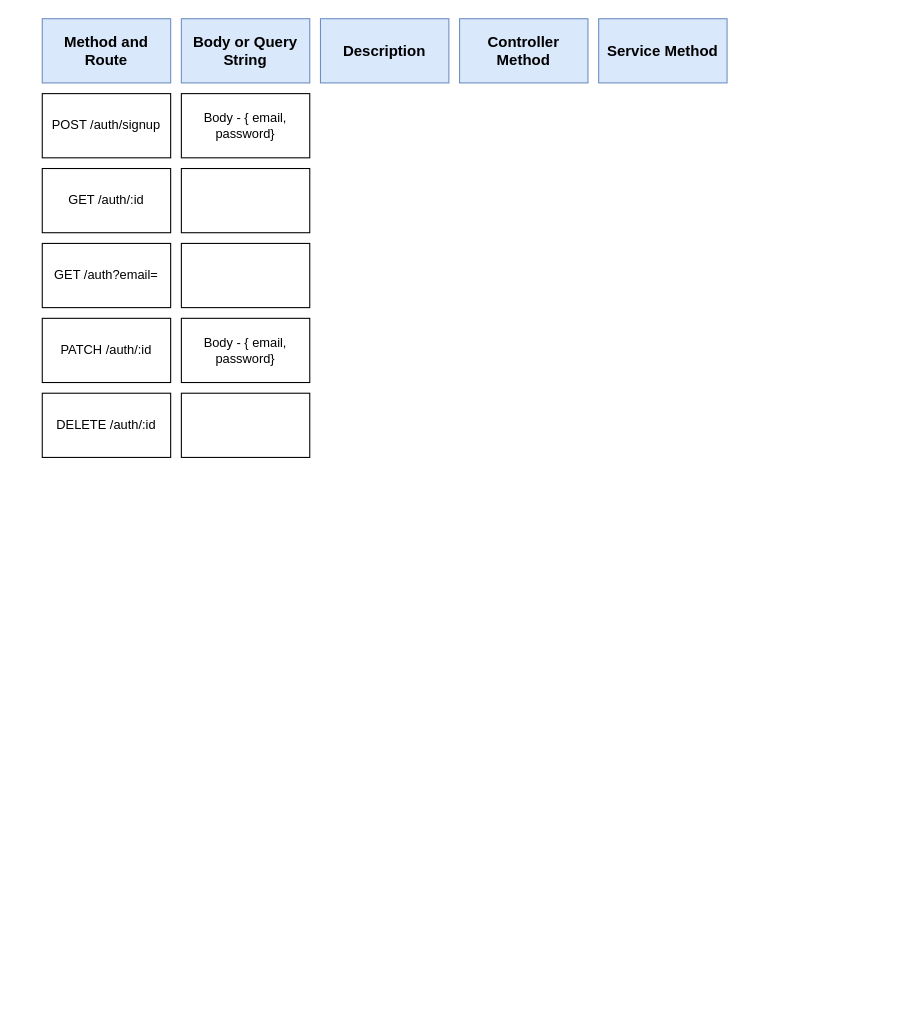
Above: 제목 없는 다이어그램.drawio in jivebreaddev/used_car_nest_rest_api (draw.io), before the change. Source tidied: cells renumbered, new cells numbered last; positions are measured from the earlier drawing's top-left corner, leaving out a move shared by most shapes. Both pictures are drawn from the tidied source at 107%, with x=0, y=0 at pixel (42, 18).
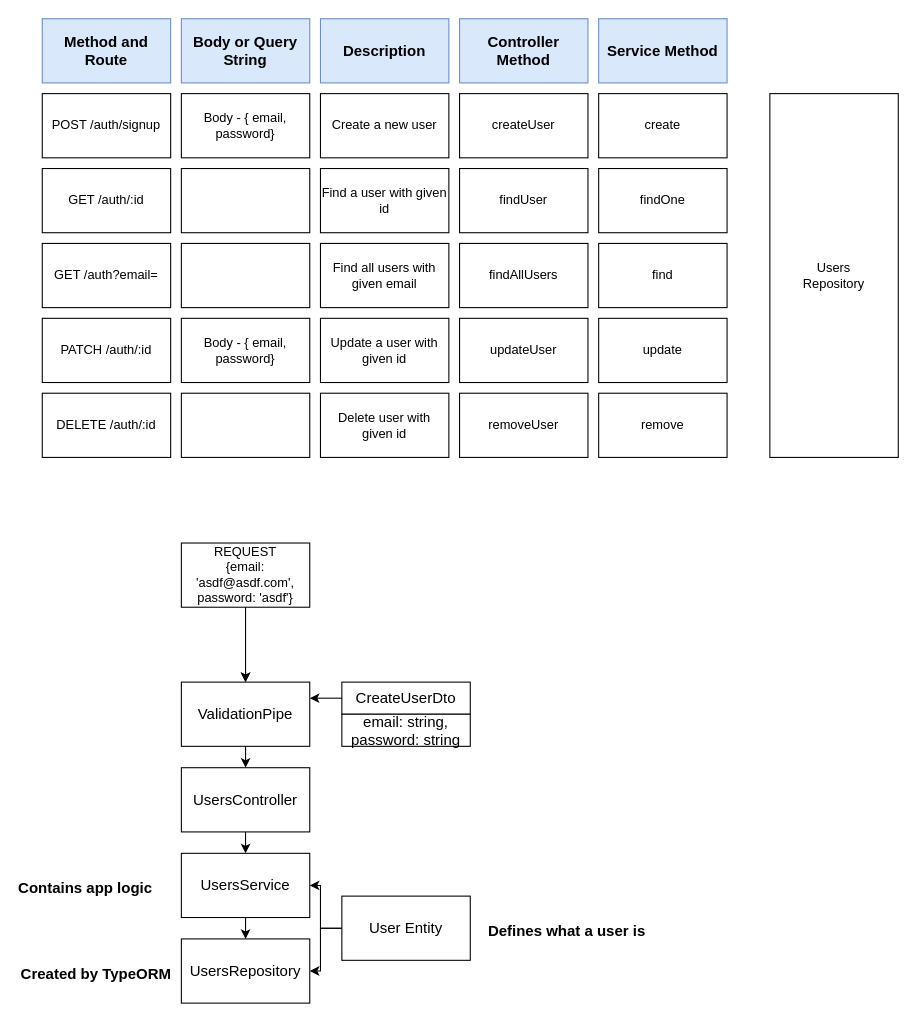
The same diagram, later.

Commit message:
제목 없는 다이어그램.drawio 업데이트

Change to the diagram source:
```diff
@@
+    <mxCell id="17" value="Create a new user" style="rounded=0;whiteSpace=wrap;html=1;fontSize=12;" parent="1" vertex="1">
+      <mxGeometry x="260" y="70" width="120" height="60" as="geometry" />
+    </mxCell>
+    <mxCell id="18" value="Find a user with given id" style="rounded=0;whiteSpace=wrap;html=1;fontSize=12;" parent="1" vertex="1">
+      <mxGeometry x="260" y="140" width="120" height="60" as="geometry" />
+    </mxCell>
+    <mxCell id="19" value="Find all users with given email" style="rounded=0;whiteSpace=wrap;html=1;fontSize=12;" parent="1" vertex="1">
+      <mxGeometry x="260" y="210" width="120" height="60" as="geometry" />
+    </mxCell>
+    <mxCell id="20" value="Update a user with given id" style="rounded=0;whiteSpace=wrap;html=1;fontSize=12;" parent="1" vertex="1">
+      <mxGeometry x="260" y="280" width="120" height="60" as="geometry" />
+    </mxCell>
+    <mxCell id="21" value="Delete user with given id" style="rounded=0;whiteSpace=wrap;html=1;fontSize=12;" parent="1" vertex="1">
+      <mxGeometry x="260" y="350" width="120" height="60" as="geometry" />
+    </mxCell>
+    <mxCell id="22" value="createUser" style="rounded=0;whiteSpace=wrap;html=1;fontSize=12;" parent="1" vertex="1">
+      <mxGeometry x="390" y="70" width="120" height="60" as="geometry" />
+    </mxCell>
+    <mxCell id="23" value="findUser" style="rounded=0;whiteSpace=wrap;html=1;fontSize=12;" parent="1" vertex="1">
+      <mxGeometry x="390" y="140" width="120" height="60" as="geometry" />
+    </mxCell>
+    <mxCell id="24" value="findAllUsers" style="rounded=0;whiteSpace=wrap;html=1;fontSize=12;" parent="1" vertex="1">
+      <mxGeometry x="390" y="210" width="120" height="60" as="geometry" />
+    </mxCell>
+    <mxCell id="25" value="updateUser" style="rounded=0;whiteSpace=wrap;html=1;fontSize=12;" parent="1" vertex="1">
+      <mxGeometry x="390" y="280" width="120" height="60" as="geometry" />
+    </mxCell>
+    <mxCell id="26" value="removeUser" style="rounded=0;whiteSpace=wrap;html=1;fontSize=12;" parent="1" vertex="1">
+      <mxGeometry x="390" y="350" width="120" height="60" as="geometry" />
+    </mxCell>
+    <mxCell id="27" value="create" style="rounded=0;whiteSpace=wrap;html=1;fontSize=12;" parent="1" vertex="1">
+      <mxGeometry x="520" y="70" width="120" height="60" as="geometry" />
+    </mxCell>
+    <mxCell id="28" value="findOne" style="rounded=0;whiteSpace=wrap;html=1;fontSize=12;" parent="1" vertex="1">
+      <mxGeometry x="520" y="140" width="120" height="60" as="geometry" />
+    </mxCell>
+    <mxCell id="29" value="find" style="rounded=0;whiteSpace=wrap;html=1;fontSize=12;" parent="1" vertex="1">
+      <mxGeometry x="520" y="210" width="120" height="60" as="geometry" />
+    </mxCell>
+    <mxCell id="30" value="update" style="rounded=0;whiteSpace=wrap;html=1;fontSize=12;" parent="1" vertex="1">
+      <mxGeometry x="520" y="280" width="120" height="60" as="geometry" />
+    </mxCell>
+    <mxCell id="31" value="remove" style="rounded=0;whiteSpace=wrap;html=1;fontSize=12;" parent="1" vertex="1">
+      <mxGeometry x="520" y="350" width="120" height="60" as="geometry" />
+    </mxCell>
+    <mxCell id="32" value="Users&lt;br&gt;Repository" style="rounded=0;whiteSpace=wrap;html=1;fontSize=12;" parent="1" vertex="1">
+      <mxGeometry x="680" y="70" width="120" height="340" as="geometry" />
+    </mxCell>
+    <mxCell id="33" style="edgeStyle=orthogonalEdgeStyle;rounded=0;jettySize=auto;html=1;exitX=0.5;exitY=1;exitDx=0;exitDy=0;entryX=0.5;entryY=0;entryDx=0;entryDy=0;fontSize=14;" parent="1" edge="1" target="37">
+      <mxGeometry relative="1" as="geometry">
+        <mxPoint x="190" y="610" as="sourcePoint" />
+      </mxGeometry>
+    </mxCell>
+    <mxCell id="34" style="edgeStyle=orthogonalEdgeStyle;rounded=0;jettySize=auto;html=1;exitX=0.5;exitY=1;exitDx=0;exitDy=0;entryX=0.5;entryY=0;entryDx=0;entryDy=0;fontSize=12;" parent="1" edge="1" source="35" target="37">
+      <mxGeometry relative="1" as="geometry" />
+    </mxCell>
+    <mxCell id="35" value="REQUEST&lt;br&gt;{email: 'asdf@asdf.com',&lt;br&gt;password: 'asdf'}" style="rounded=0;whiteSpace=wrap;html=1;fontSize=12;" parent="1" vertex="1">
+      <mxGeometry x="130" y="490" width="120" height="60" as="geometry" />
+    </mxCell>
+    <mxCell id="36" style="edgeStyle=orthogonalEdgeStyle;rounded=0;jettySize=auto;html=1;exitX=0.5;exitY=1;exitDx=0;exitDy=0;entryX=0.5;entryY=0;entryDx=0;entryDy=0;fontSize=14;" parent="1" edge="1" source="37" target="41">
+      <mxGeometry relative="1" as="geometry" />
+    </mxCell>
+    <mxCell id="37" value="ValidationPipe" style="rounded=0;whiteSpace=wrap;html=1;fontSize=14;" parent="1" vertex="1">
+      <mxGeometry x="130" y="620" width="120" height="60" as="geometry" />
+    </mxCell>
+    <mxCell id="38" style="edgeStyle=orthogonalEdgeStyle;rounded=0;jettySize=auto;html=1;exitX=0;exitY=0.5;exitDx=0;exitDy=0;entryX=1;entryY=0.25;entryDx=0;entryDy=0;fontSize=14;" parent="1" edge="1" source="39" target="37">
+      <mxGeometry relative="1" as="geometry" />
+    </mxCell>
+    <mxCell id="39" value="CreateUserDto" style="rounded=0;whiteSpace=wrap;html=1;fontSize=14;" parent="1" vertex="1">
+      <mxGeometry x="280" y="620" width="120" height="30" as="geometry" />
+    </mxCell>
+    <mxCell id="40" style="edgeStyle=orthogonalEdgeStyle;rounded=0;jettySize=auto;html=1;exitX=0.5;exitY=1;exitDx=0;exitDy=0;entryX=0.5;entryY=0;entryDx=0;entryDy=0;fontSize=14;" parent="1" edge="1" source="41" target="43">
+      <mxGeometry relative="1" as="geometry" />
+    </mxCell>
+    <mxCell id="41" value="UsersController" style="rounded=0;whiteSpace=wrap;html=1;fontSize=14;" parent="1" vertex="1">
+      <mxGeometry x="130" y="700" width="120" height="60" as="geometry" />
+    </mxCell>
+    <mxCell id="42" style="edgeStyle=orthogonalEdgeStyle;rounded=0;jettySize=auto;html=1;exitX=0.5;exitY=1;exitDx=0;exitDy=0;entryX=0.5;entryY=0;entryDx=0;entryDy=0;fontSize=14;" parent="1" edge="1" source="43" target="44">
+      <mxGeometry relative="1" as="geometry" />
+    </mxCell>
+    <mxCell id="43" value="UsersService" style="rounded=0;whiteSpace=wrap;html=1;fontSize=14;" parent="1" vertex="1">
+      <mxGeometry x="130" y="780" width="120" height="60" as="geometry" />
+    </mxCell>
+    <mxCell id="44" value="UsersRepository" style="rounded=0;whiteSpace=wrap;html=1;fontSize=14;" parent="1" vertex="1">
+      <mxGeometry x="130" y="860" width="120" height="60" as="geometry" />
+    </mxCell>
+    <mxCell id="45" style="edgeStyle=orthogonalEdgeStyle;rounded=0;jettySize=auto;html=1;exitX=0;exitY=0.5;exitDx=0;exitDy=0;entryX=1;entryY=0.5;entryDx=0;entryDy=0;fontSize=14;" parent="1" edge="1" source="47" target="43">
+      <mxGeometry relative="1" as="geometry" />
+    </mxCell>
+    <mxCell id="46" style="edgeStyle=orthogonalEdgeStyle;rounded=0;jettySize=auto;html=1;exitX=0;exitY=0.5;exitDx=0;exitDy=0;entryX=1;entryY=0.5;entryDx=0;entryDy=0;fontSize=14;" parent="1" edge="1" source="47" target="44">
+      <mxGeometry relative="1" as="geometry" />
+    </mxCell>
+    <mxCell id="47" value="User Entity" style="rounded=0;whiteSpace=wrap;html=1;fontSize=14;" parent="1" vertex="1">
+      <mxGeometry x="280" y="820" width="120" height="60" as="geometry" />
+    </mxCell>
+    <mxCell id="48" style="edgeStyle=orthogonalEdgeStyle;rounded=0;orthogonalLoop=1;jettySize=auto;html=1;exitX=0.5;exitY=1;exitDx=0;exitDy=0;fontSize=14;" parent="1" edge="1" source="39" target="39">
+      <mxGeometry relative="1" as="geometry" />
+    </mxCell>
+    <mxCell id="49" value="email: string,&lt;br style=&quot;font-size: 14px;&quot;&gt;password: string" style="rounded=0;whiteSpace=wrap;html=1;fontSize=14;" parent="1" vertex="1">
+      <mxGeometry x="280" y="650" width="120" height="30" as="geometry" />
+    </mxCell>
+    <mxCell id="50" value="&lt;font style=&quot;font-size: 14px;&quot;&gt;Defines what a user is&lt;/font&gt;" style="text;strokeColor=none;fillColor=none;html=1;fontSize=24;fontStyle=1;verticalAlign=middle;align=center;" parent="1" vertex="1">
+      <mxGeometry x="440" y="830" width="100" height="40" as="geometry" />
+    </mxCell>
+    <mxCell id="51" value="&lt;span style=&quot;font-size: 14px;&quot;&gt;Contains app logic&lt;br&gt;&lt;/span&gt;" style="text;strokeColor=none;fillColor=none;html=1;fontSize=24;fontStyle=1;verticalAlign=middle;align=center;" parent="1" vertex="1">
+      <mxGeometry x="-10" y="790" width="100" height="40" as="geometry" />
+    </mxCell>
+    <mxCell id="52" value="&lt;span style=&quot;font-size: 14px;&quot;&gt;Created by TypeORM&lt;br&gt;&lt;/span&gt;" style="text;strokeColor=none;fillColor=none;html=1;fontSize=24;fontStyle=1;verticalAlign=middle;align=center;" parent="1" vertex="1">
+      <mxGeometry y="870" width="100" height="40" as="geometry" />
+    </mxCell>
```
